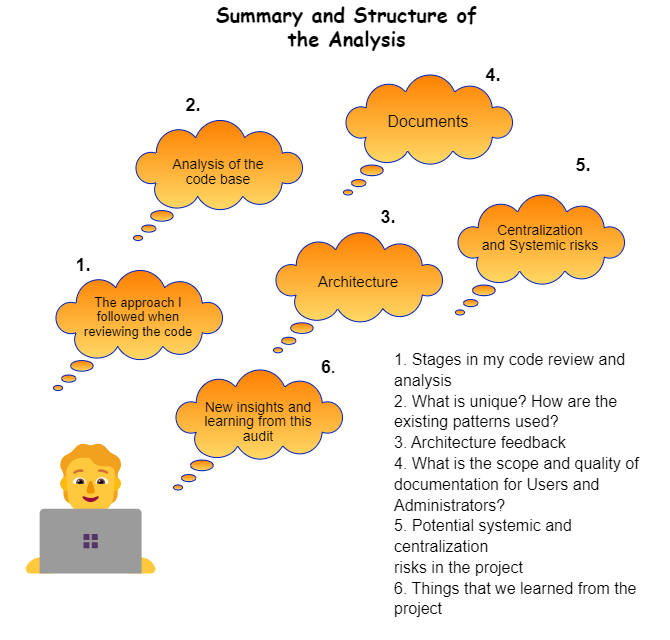
This is Dopex2.drawio.png from catellaTech/dopex, a draw.io export, as it was before one commit. Source tidied: cells renumbered, new cells last; positions are measured from the earlier drawing's top-left corner, leaving out a move shared by most shapes.
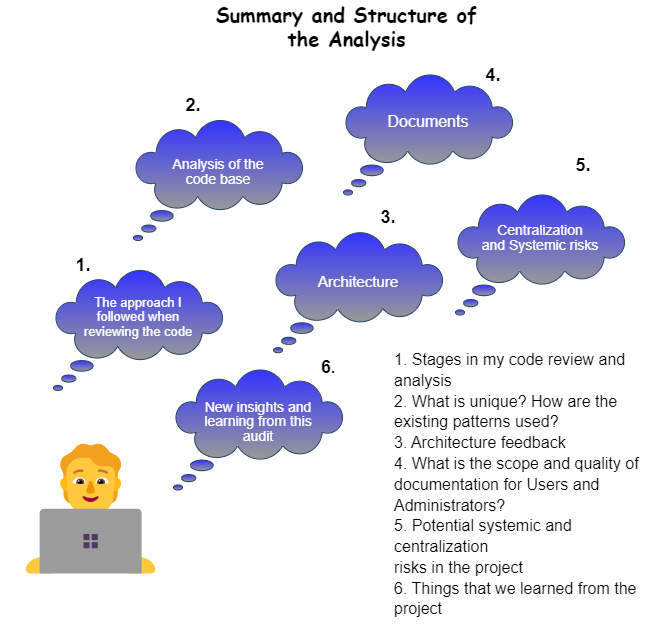
After the change.

What changed in the source:
```diff
@@ -5,61 +5,61 @@
     <mxCell id="2" value="&lt;span style=&quot;font-size: 132px;&quot;&gt;🧑‍💻&lt;/span&gt;" style="text;html=1;strokeColor=none;fillColor=none;align=center;verticalAlign=middle;whiteSpace=wrap;rounded=0;" parent="1" vertex="1">
       <mxGeometry y="440" width="135" height="140" as="geometry" />
     </mxCell>
-    <mxCell id="3" style="whiteSpace=wrap;html=1;shape=mxgraph.basic.cloud_callout;fillColor=#FF8000;strokeColor=#001DBC;fontColor=#ffffff;gradientColor=#FFD966;" parent="1" vertex="1">
+    <mxCell id="3" style="whiteSpace=wrap;html=1;shape=mxgraph.basic.cloud_callout;fillColor=#3333FF;strokeColor=#23445d;fontColor=default;gradientColor=#999999;rounded=1;" parent="1" vertex="1">
       <mxGeometry x="30" y="270" width="170" height="120" as="geometry" />
     </mxCell>
     <mxCell id="4" value="&lt;font size=&quot;1&quot; style=&quot;&quot; face=&quot;Comic Sans MS&quot;&gt;&lt;b style=&quot;font-size: 20px;&quot;&gt;Summary and Structure of the Analysis&lt;/b&gt;&lt;/font&gt;" style="text;html=1;strokeColor=none;fillColor=none;align=center;verticalAlign=middle;whiteSpace=wrap;rounded=0;" parent="1" vertex="1">
       <mxGeometry x="190" width="267" height="50" as="geometry" />
     </mxCell>
-    <mxCell id="5" value="&lt;p style=&quot;line-height: 110%;&quot;&gt;&lt;font style=&quot;font-size: 13px;&quot;&gt;The approach I followed when reviewing the code&lt;/font&gt;&lt;/p&gt;" style="text;html=1;strokeColor=none;fillColor=none;align=center;verticalAlign=middle;whiteSpace=wrap;rounded=0;" parent="1" vertex="1">
+    <mxCell id="5" value="&lt;p style=&quot;line-height: 110%;&quot;&gt;&lt;font color=&quot;#ffffff&quot; style=&quot;font-size: 13px;&quot;&gt;The approach I followed when reviewing the code&lt;/font&gt;&lt;/p&gt;" style="text;html=1;strokeColor=none;fillColor=none;align=center;verticalAlign=middle;whiteSpace=wrap;rounded=0;" parent="1" vertex="1">
       <mxGeometry x="55" y="295" width="120" height="44.5" as="geometry" />
     </mxCell>
     <mxCell id="6" value="&lt;font size=&quot;1&quot; style=&quot;&quot;&gt;&lt;b style=&quot;font-size: 18px;&quot;&gt;1.&lt;/b&gt;&lt;/font&gt;" style="text;html=1;strokeColor=none;fillColor=none;align=center;verticalAlign=middle;whiteSpace=wrap;rounded=0;" parent="1" vertex="1">
       <mxGeometry x="30" y="250" width="60" height="30" as="geometry" />
     </mxCell>
-    <mxCell id="7" style="whiteSpace=wrap;html=1;shape=mxgraph.basic.cloud_callout;fillColor=#FF8000;strokeColor=#001DBC;gradientColor=#FFD966;fontColor=#ffffff;" parent="1" vertex="1">
+    <mxCell id="7" style="whiteSpace=wrap;html=1;shape=mxgraph.basic.cloud_callout;fillColor=#3333FF;strokeColor=#23445d;gradientColor=#999999;fontColor=default;rounded=1;" parent="1" vertex="1">
       <mxGeometry x="110" y="120" width="170" height="120" as="geometry" />
     </mxCell>
-    <mxCell id="8" value="&lt;p style=&quot;line-height: 110%;&quot;&gt;&lt;font style=&quot;font-size: 14px;&quot;&gt;Analysis of the code base&lt;/font&gt;&lt;br&gt;&lt;/p&gt;" style="text;html=1;strokeColor=none;fillColor=none;align=center;verticalAlign=middle;whiteSpace=wrap;rounded=0;" parent="1" vertex="1">
+    <mxCell id="8" value="&lt;p style=&quot;line-height: 110%;&quot;&gt;&lt;font color=&quot;#ffffff&quot; style=&quot;font-size: 14px;&quot;&gt;Analysis of the code base&lt;/font&gt;&lt;br&gt;&lt;/p&gt;" style="text;html=1;strokeColor=none;fillColor=none;align=center;verticalAlign=middle;whiteSpace=wrap;rounded=0;" parent="1" vertex="1">
       <mxGeometry x="135" y="150" width="120" height="44.5" as="geometry" />
     </mxCell>
     <mxCell id="9" value="&lt;font size=&quot;1&quot; style=&quot;&quot;&gt;&lt;b style=&quot;font-size: 18px;&quot;&gt;2.&lt;/b&gt;&lt;/font&gt;" style="text;html=1;strokeColor=none;fillColor=none;align=center;verticalAlign=middle;whiteSpace=wrap;rounded=0;" parent="1" vertex="1">
       <mxGeometry x="140" y="90" width="60" height="30" as="geometry" />
     </mxCell>
-    <mxCell id="10" style="whiteSpace=wrap;html=1;shape=mxgraph.basic.cloud_callout;fillColor=#FF8000;strokeColor=#001DBC;gradientColor=#FFD966;fontColor=#ffffff;" parent="1" vertex="1">
+    <mxCell id="10" style="whiteSpace=wrap;html=1;shape=mxgraph.basic.cloud_callout;fillColor=#3333FF;strokeColor=#23445d;gradientColor=#999999;fontColor=default;rounded=1;" parent="1" vertex="1">
       <mxGeometry x="250" y="232.2" width="170" height="120" as="geometry" />
     </mxCell>
-    <mxCell id="11" value="&lt;p style=&quot;line-height: 110%;&quot;&gt;&lt;font style=&quot;font-size: 15px;&quot;&gt;Architecture&lt;/font&gt;&lt;br&gt;&lt;/p&gt;" style="text;html=1;strokeColor=none;fillColor=none;align=center;verticalAlign=middle;whiteSpace=wrap;rounded=0;" parent="1" vertex="1">
+    <mxCell id="11" value="&lt;p style=&quot;line-height: 110%;&quot;&gt;&lt;font color=&quot;#ffffff&quot; style=&quot;font-size: 15px;&quot;&gt;Architecture&lt;/font&gt;&lt;br&gt;&lt;/p&gt;" style="text;html=1;strokeColor=none;fillColor=none;align=center;verticalAlign=middle;whiteSpace=wrap;rounded=0;" parent="1" vertex="1">
       <mxGeometry x="275" y="260" width="120" height="44.5" as="geometry" />
     </mxCell>
     <mxCell id="12" value="&lt;font size=&quot;1&quot; style=&quot;&quot;&gt;&lt;b style=&quot;font-size: 18px;&quot;&gt;3.&lt;/b&gt;&lt;/font&gt;" style="text;html=1;strokeColor=none;fillColor=none;align=center;verticalAlign=middle;whiteSpace=wrap;rounded=0;" parent="1" vertex="1">
       <mxGeometry x="335" y="202.2" width="60" height="30" as="geometry" />
     </mxCell>
-    <mxCell id="13" style="whiteSpace=wrap;html=1;shape=mxgraph.basic.cloud_callout;fillColor=#FF8000;strokeColor=#001DBC;gradientColor=#FFD966;fontColor=#ffffff;" parent="1" vertex="1">
+    <mxCell id="13" style="whiteSpace=wrap;html=1;shape=mxgraph.basic.cloud_callout;fillColor=#3333FF;strokeColor=#23445d;gradientColor=#999999;fontColor=default;rounded=1;" parent="1" vertex="1">
       <mxGeometry x="320" y="74.5" width="170" height="120" as="geometry" />
     </mxCell>
-    <mxCell id="14" value="&lt;p style=&quot;line-height: 110%;&quot;&gt;&lt;font style=&quot;font-size: 16px;&quot;&gt;Documents&lt;/font&gt;&lt;br&gt;&lt;/p&gt;" style="text;html=1;strokeColor=none;fillColor=none;align=center;verticalAlign=middle;whiteSpace=wrap;rounded=0;" parent="1" vertex="1">
+    <mxCell id="14" value="&lt;p style=&quot;line-height: 110%;&quot;&gt;&lt;font color=&quot;#ffffff&quot; style=&quot;font-size: 16px;&quot;&gt;Documents&lt;/font&gt;&lt;br&gt;&lt;/p&gt;" style="text;html=1;strokeColor=none;fillColor=none;align=center;verticalAlign=middle;whiteSpace=wrap;rounded=0;" parent="1" vertex="1">
       <mxGeometry x="345" y="100" width="120" height="44.5" as="geometry" />
     </mxCell>
     <mxCell id="15" value="&lt;font size=&quot;1&quot; style=&quot;&quot;&gt;&lt;b style=&quot;font-size: 18px;&quot;&gt;4.&lt;/b&gt;&lt;/font&gt;" style="text;html=1;strokeColor=none;fillColor=none;align=center;verticalAlign=middle;whiteSpace=wrap;rounded=0;" parent="1" vertex="1">
       <mxGeometry x="440" y="60" width="60" height="30" as="geometry" />
     </mxCell>
-    <mxCell id="16" style="whiteSpace=wrap;html=1;shape=mxgraph.basic.cloud_callout;fillColor=#FF8000;strokeColor=#001DBC;gradientColor=#FFD966;fontColor=#ffffff;" parent="1" vertex="1">
+    <mxCell id="16" style="whiteSpace=wrap;html=1;shape=mxgraph.basic.cloud_callout;fillColor=#3333FF;strokeColor=#23445d;gradientColor=#999999;fontColor=default;rounded=1;" parent="1" vertex="1">
       <mxGeometry x="432" y="194.5" width="170" height="120" as="geometry" />
     </mxCell>
-    <mxCell id="17" value="&lt;p style=&quot;line-height: 110%;&quot;&gt;&lt;font style=&quot;font-size: 14px;&quot;&gt;Centralization and&amp;nbsp;Systemic risks&lt;/font&gt;&lt;br&gt;&lt;/p&gt;" style="text;html=1;strokeColor=none;fillColor=none;align=center;verticalAlign=middle;whiteSpace=wrap;rounded=0;" parent="1" vertex="1">
+    <mxCell id="17" value="&lt;p style=&quot;line-height: 110%;&quot;&gt;&lt;font color=&quot;#ffffff&quot; style=&quot;font-size: 14px;&quot;&gt;Centralization and&amp;nbsp;Systemic risks&lt;/font&gt;&lt;br&gt;&lt;/p&gt;" style="text;html=1;strokeColor=none;fillColor=none;align=center;verticalAlign=middle;whiteSpace=wrap;rounded=0;" parent="1" vertex="1">
       <mxGeometry x="457" y="215.5" width="120" height="44.5" as="geometry" />
     </mxCell>
     <mxCell id="18" value="&lt;font size=&quot;1&quot; style=&quot;&quot;&gt;&lt;b style=&quot;font-size: 18px;&quot;&gt;5.&lt;/b&gt;&lt;/font&gt;" style="text;html=1;strokeColor=none;fillColor=none;align=center;verticalAlign=middle;whiteSpace=wrap;rounded=0;" parent="1" vertex="1">
       <mxGeometry x="530" y="150" width="60" height="30" as="geometry" />
     </mxCell>
-    <mxCell id="19" style="whiteSpace=wrap;html=1;shape=mxgraph.basic.cloud_callout;fillColor=#FF8000;strokeColor=#001DBC;gradientColor=#FFD966;fontColor=#ffffff;" parent="1" vertex="1">
+    <mxCell id="19" style="whiteSpace=wrap;html=1;shape=mxgraph.basic.cloud_callout;fillColor=#3333FF;strokeColor=#23445d;gradientColor=#999999;fontColor=default;rounded=1;" parent="1" vertex="1">
       <mxGeometry x="150" y="369.5" width="170" height="120" as="geometry" />
     </mxCell>
     <mxCell id="20" value="&lt;font style=&quot;&quot;&gt;&lt;b style=&quot;&quot;&gt;&lt;font style=&quot;font-size: 18px;&quot;&gt;6&lt;/font&gt;&lt;span style=&quot;font-size: 15px;&quot;&gt;.&lt;/span&gt;&lt;/b&gt;&lt;/font&gt;" style="text;html=1;strokeColor=none;fillColor=none;align=center;verticalAlign=middle;whiteSpace=wrap;rounded=0;" parent="1" vertex="1">
       <mxGeometry x="275" y="352.2" width="60" height="30" as="geometry" />
     </mxCell>
-    <mxCell id="21" value="&lt;p style=&quot;line-height: 110%;&quot;&gt;&lt;font style=&quot;font-size: 14px;&quot;&gt;New insights and learning from this audit&lt;/font&gt;&lt;br&gt;&lt;/p&gt;" style="text;html=1;strokeColor=none;fillColor=none;align=center;verticalAlign=middle;whiteSpace=wrap;rounded=0;" parent="1" vertex="1">
+    <mxCell id="21" value="&lt;p style=&quot;line-height: 110%;&quot;&gt;&lt;font color=&quot;#ffffff&quot; style=&quot;font-size: 14px;&quot;&gt;New insights and learning from this audit&lt;/font&gt;&lt;br&gt;&lt;/p&gt;" style="text;html=1;strokeColor=none;fillColor=none;align=center;verticalAlign=middle;whiteSpace=wrap;rounded=0;" parent="1" vertex="1">
       <mxGeometry x="175" y="400" width="120" height="44.5" as="geometry" />
     </mxCell>
     <mxCell id="22" value="&lt;div style=&quot;text-align: left; font-size: 16px; line-height: 130%;&quot;&gt;&lt;font style=&quot;font-size: 16px;&quot;&gt;&lt;span style=&quot;background-color: initial;&quot;&gt;1.&amp;nbsp;&lt;/span&gt;&lt;span style=&quot;background-color: initial;&quot;&gt;Stages in my code review and analysis&lt;/span&gt;&lt;/font&gt;&lt;/div&gt;&lt;div style=&quot;text-align: left; font-size: 16px; line-height: 130%;&quot;&gt;&lt;font style=&quot;font-size: 16px;&quot;&gt;&lt;span style=&quot;background-color: initial;&quot;&gt;2.&amp;nbsp;&lt;/span&gt;&lt;span style=&quot;background-color: initial;&quot;&gt;What is unique? How are the existing patterns used?&lt;/span&gt;&lt;/font&gt;&lt;/div&gt;&lt;div style=&quot;text-align: left; font-size: 16px; line-height: 130%;&quot;&gt;&lt;font style=&quot;font-size: 16px;&quot;&gt;&lt;span style=&quot;background-color: initial;&quot;&gt;3.&amp;nbsp;&lt;/span&gt;&lt;span style=&quot;background-color: initial;&quot;&gt;Architecture feedback&lt;/span&gt;&lt;/font&gt;&lt;/div&gt;&lt;div style=&quot;text-align: left; font-size: 16px; line-height: 130%;&quot;&gt;&lt;font style=&quot;font-size: 16px;&quot;&gt;&lt;span style=&quot;background-color: initial;&quot;&gt;4.&amp;nbsp;&lt;/span&gt;&lt;span style=&quot;background-color: initial;&quot;&gt;What is the scope and quality of documentation for Users and Administrators?&lt;/span&gt;&lt;/font&gt;&lt;/div&gt;&lt;div style=&quot;text-align: left; font-size: 16px; line-height: 130%;&quot;&gt;&lt;font style=&quot;font-size: 16px;&quot;&gt;&lt;span style=&quot;background-color: initial;&quot;&gt;5.&amp;nbsp;Potential systemic and c&lt;/span&gt;&lt;span style=&quot;background-color: initial;&quot;&gt;entralization&amp;nbsp;&lt;/span&gt;&lt;/font&gt;&lt;/div&gt;&lt;div style=&quot;text-align: left; font-size: 16px; line-height: 130%;&quot;&gt;&lt;span style=&quot;background-color: initial;&quot;&gt;&lt;font style=&quot;font-size: 16px;&quot;&gt;risks in the project&lt;/font&gt;&lt;/span&gt;&lt;/div&gt;&lt;div style=&quot;text-align: left; font-size: 16px; line-height: 130%;&quot;&gt;&lt;font style=&quot;font-size: 16px;&quot;&gt;&lt;span style=&quot;background-color: initial;&quot;&gt;6.&amp;nbsp;&lt;/span&gt;&lt;span style=&quot;background-color: initial;&quot;&gt;Things that we learned from the project&lt;/span&gt;&lt;/font&gt;&lt;/div&gt;&lt;div style=&quot;text-align: left; font-size: 16px; line-height: 130%;&quot;&gt;&lt;span style=&quot;background-color: initial;&quot;&gt;&lt;font style=&quot;font-size: 16px;&quot;&gt;&amp;nbsp;&lt;/font&gt;&lt;/span&gt;&lt;/div&gt;" style="text;html=1;strokeColor=none;fillColor=none;align=center;verticalAlign=middle;whiteSpace=wrap;rounded=0;" parent="1" vertex="1">
```
